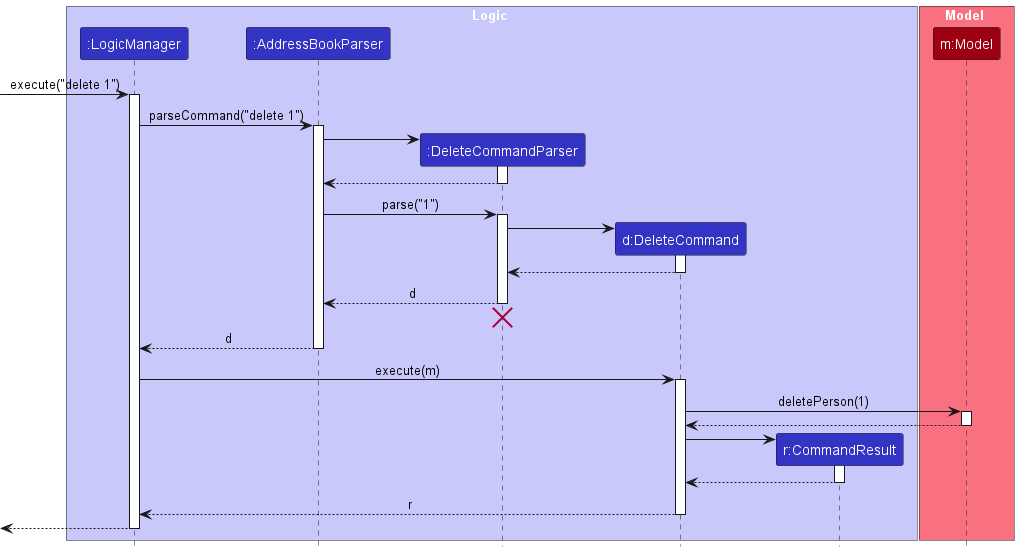
nus-cs2103-AY2425S1/tp keeps this PlantUML diagram as docs/images/DeleteSequenceDiagram.png. Above is the earlier version.
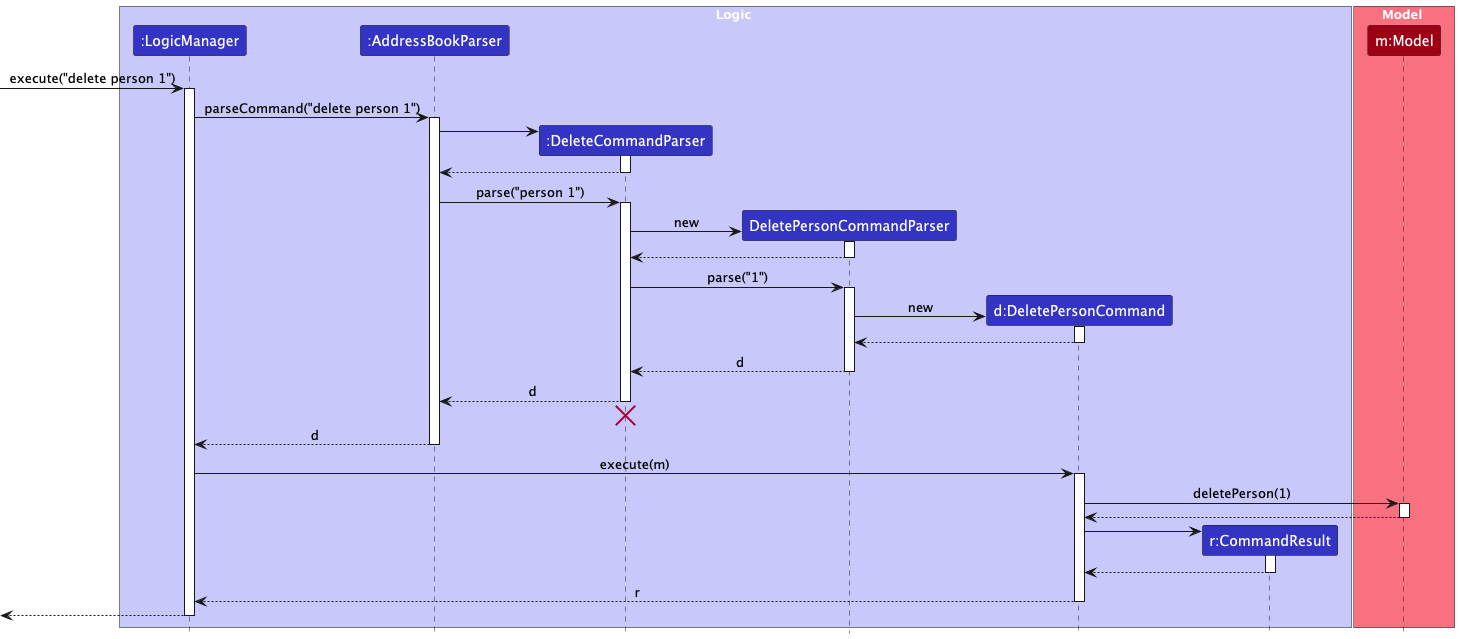
Above is the later version.

Change to the diagram source:
```diff
@@ -6,7 +6,8 @@
 participant ":LogicManager" as LogicManager LOGIC_COLOR
 participant ":AddressBookParser" as AddressBookParser LOGIC_COLOR
 participant ":DeleteCommandParser" as DeleteCommandParser LOGIC_COLOR
-participant "d:DeleteCommand" as DeleteCommand LOGIC_COLOR
+participant "DeletePersonCommandParser" as DeletePersonCommandParser LOGIC_COLOR
+participant "d:DeletePersonCommand" as DeletePersonCommand LOGIC_COLOR
 participant "r:CommandResult" as CommandResult LOGIC_COLOR
 end box
 
@@ -14,10 +15,10 @@
 participant "m:Model" as Model MODEL_COLOR
 end box
 
-[-> LogicManager : execute("delete 1")
+[-> LogicManager : execute("delete person 1")
 activate LogicManager
 
-LogicManager -> AddressBookParser : parseCommand("delete 1")
+LogicManager -> AddressBookParser : parseCommand("delete person 1")
 activate AddressBookParser
 
 create DeleteCommandParser
@@ -27,15 +28,28 @@
 DeleteCommandParser --> AddressBookParser
 deactivate DeleteCommandParser
 
-AddressBookParser -> DeleteCommandParser : parse("1")
+AddressBookParser -> DeleteCommandParser : parse("person 1")
 activate DeleteCommandParser
 
-create DeleteCommand
-DeleteCommandParser -> DeleteCommand
-activate DeleteCommand
+create DeletePersonCommandParser
+DeleteCommandParser -> DeletePersonCommandParser : new
+activate DeletePersonCommandParser
 
-DeleteCommand --> DeleteCommandParser :
-deactivate DeleteCommand
+DeletePersonCommandParser --> DeleteCommandParser :
+deactivate DeletePersonCommandParser
+
+DeleteCommandParser -> DeletePersonCommandParser : parse("1")
+activate DeletePersonCommandParser
+
+create DeletePersonCommand
+DeletePersonCommandParser -> DeletePersonCommand : new
+activate DeletePersonCommand
+
+DeletePersonCommand --> DeletePersonCommandParser :
+deactivate DeletePersonCommand
+
+DeletePersonCommandParser --> DeleteCommandParser : d
+deactivate DeletePersonCommandParser
 
 DeleteCommandParser --> AddressBookParser : d
 deactivate DeleteCommandParser
@@ -45,24 +59,24 @@
 AddressBookParser --> LogicManager : d
 deactivate AddressBookParser
 
-LogicManager -> DeleteCommand : execute(m)
-activate DeleteCommand
+LogicManager -> DeletePersonCommand : execute(m)
+activate DeletePersonCommand
 
-DeleteCommand -> Model : deletePerson(1)
+DeletePersonCommand -> Model : deletePerson(1)
 activate Model
 
-Model --> DeleteCommand
+Model --> DeletePersonCommand
 deactivate Model
 
 create CommandResult
-DeleteCommand -> CommandResult
+DeletePersonCommand -> CommandResult
 activate CommandResult
 
-CommandResult --> DeleteCommand
+CommandResult --> DeletePersonCommand
 deactivate CommandResult
 
-DeleteCommand --> LogicManager : r
-deactivate DeleteCommand
+DeletePersonCommand --> LogicManager : r
+deactivate DeletePersonCommand
 
 [<--LogicManager
 deactivate LogicManager
```
